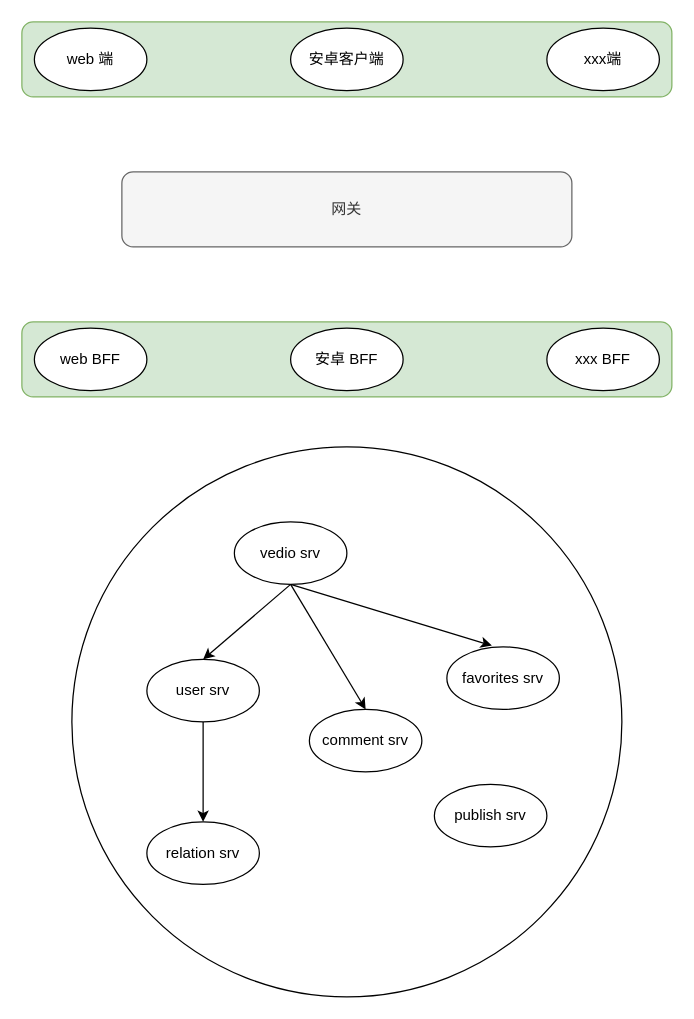
This is design/tiktok 项目架构.drawio from tik-listen/tiktok, a draw.io file, before an edit. Source tidied: cells renumbered, new cells numbered last; positions are measured from the earlier drawing's top-left corner, leaving out a move shared by most shapes. Both pictures are drawn from the tidied source at 125%, with x=0, y=0 at pixel (21, 21).
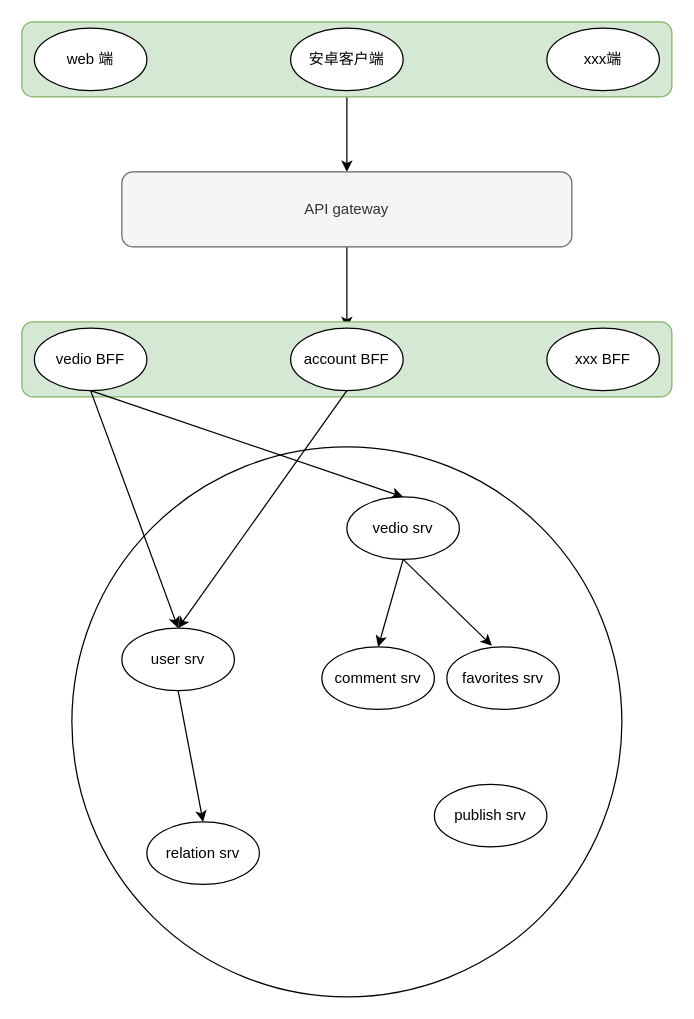
The same page after the edit.

The change refers to these unchanged cells:
```xml
<mxCell id="2" style="rounded=1;whiteSpace=wrap;html=1;fillColor=#d5e8d4;strokeColor=#82b366;" parent="1" vertex="1">
  <mxGeometry width="520" height="60" as="geometry" />
</mxCell>
```

The edit, as a diff of the source:
```diff
@@
+    <mxCell id="22" style="edgeStyle=orthogonalEdgeStyle;rounded=0;jettySize=auto;html=1;" parent="1" edge="1" source="2" target="6">
+      <mxGeometry relative="1" as="geometry" />
+    </mxCell>
@@
+    <mxCell id="23" style="edgeStyle=orthogonalEdgeStyle;rounded=0;jettySize=auto;html=1;" parent="1" edge="1" source="6" target="8">
+      <mxGeometry relative="1" as="geometry" />
+    </mxCell>
-    <mxCell id="6" value="网关" style="rounded=1;whiteSpace=wrap;html=1;fillColor=#f5f5f5;strokeColor=#666666;fontColor=#333333;" parent="1" vertex="1">
+    <mxCell id="6" value="API gateway" style="rounded=1;whiteSpace=wrap;html=1;fillColor=#f5f5f5;strokeColor=#666666;fontColor=#333333;" parent="1" vertex="1">
       <mxGeometry x="80" y="120" width="360" height="60" as="geometry" />
     </mxCell>
@@
-    <mxCell id="8" value="安卓 BFF" style="ellipse;whiteSpace=wrap;html=1;" parent="1" vertex="1">
+    <mxCell id="8" value="account BFF" style="ellipse;whiteSpace=wrap;html=1;" parent="1" vertex="1">
       <mxGeometry x="215" y="245" width="90" height="50" as="geometry" />
     </mxCell>
@@
-    <mxCell id="10" value="web BFF" style="ellipse;whiteSpace=wrap;html=1;" parent="1" vertex="1">
+    <mxCell id="10" value="vedio BFF" style="ellipse;whiteSpace=wrap;html=1;" parent="1" vertex="1">
       <mxGeometry x="10" y="245" width="90" height="50" as="geometry" />
     </mxCell>
@@
     <mxCell id="12" value="user srv" style="ellipse;whiteSpace=wrap;html=1;" parent="1" vertex="1">
-      <mxGeometry x="100" y="510" width="90" height="50" as="geometry" />
+      <mxGeometry x="80" y="485" width="90" height="50" as="geometry" />
     </mxCell>
@@
     <mxCell id="14" value="comment srv" style="ellipse;whiteSpace=wrap;html=1;" parent="1" vertex="1">
-      <mxGeometry x="230" y="550" width="90" height="50" as="geometry" />
+      <mxGeometry x="240" y="500" width="90" height="50" as="geometry" />
     </mxCell>
@@
     <mxCell id="18" value="vedio srv" style="ellipse;whiteSpace=wrap;html=1;" parent="1" vertex="1">
-      <mxGeometry x="170" y="400" width="90" height="50" as="geometry" />
+      <mxGeometry x="260" y="380" width="90" height="50" as="geometry" />
     </mxCell>
-    <mxCell id="19" style="endArrow=classic;html=1;rounded=0;entryX=0.5;entryY=0;entryDx=0;entryDy=0;exitX=0.5;exitY=1;exitDx=0;exitDy=0;" parent="1" edge="1" source="18" target="12">
+    <mxCell id="19" style="endArrow=classic;html=1;rounded=0;entryX=0.5;entryY=0;entryDx=0;entryDy=0;exitX=0.5;exitY=1;exitDx=0;exitDy=0;" parent="1" edge="1" source="10" target="12">
       <mxGeometry relative="1" as="geometry" />
     </mxCell>
@@
+    <mxCell id="24" style="endArrow=classic;html=1;rounded=0;entryX=0.5;entryY=0;entryDx=0;entryDy=0;exitX=0.5;exitY=1;exitDx=0;exitDy=0;" parent="1" edge="1" source="8" target="12">
+      <mxGeometry relative="1" as="geometry" />
+    </mxCell>
+    <mxCell id="25" style="endArrow=classic;html=1;rounded=0;entryX=0.5;entryY=0;entryDx=0;entryDy=0;exitX=0.5;exitY=1;exitDx=0;exitDy=0;" parent="1" edge="1" source="10" target="18">
+      <mxGeometry relative="1" as="geometry" />
+    </mxCell>
```
